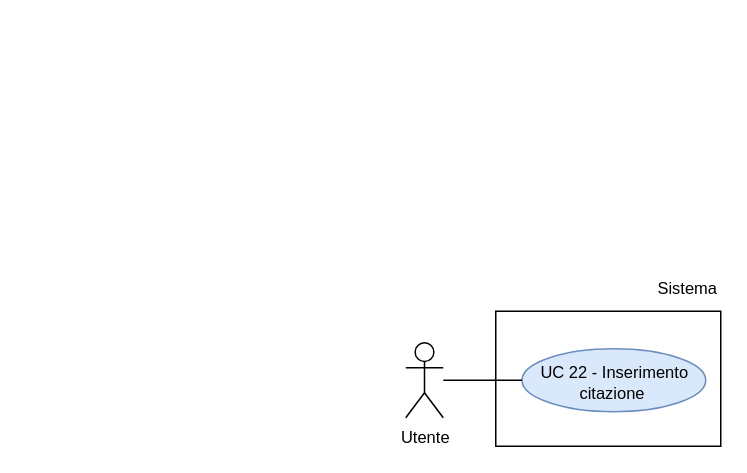
This is RTB/doc_esterna/analisi-dei-requisiti/assets/draw.io/UC22.drawio from thebitless-group-swe/thebitless.github.io, a draw.io file, before an edit. Source tidied: cells renumbered, new cells numbered last; positions are measured from the earlier drawing's top-left corner, leaving out a move shared by most shapes. Both pictures are drawn from the tidied source at 150%, with x=0, y=0 at pixel (405, 266).
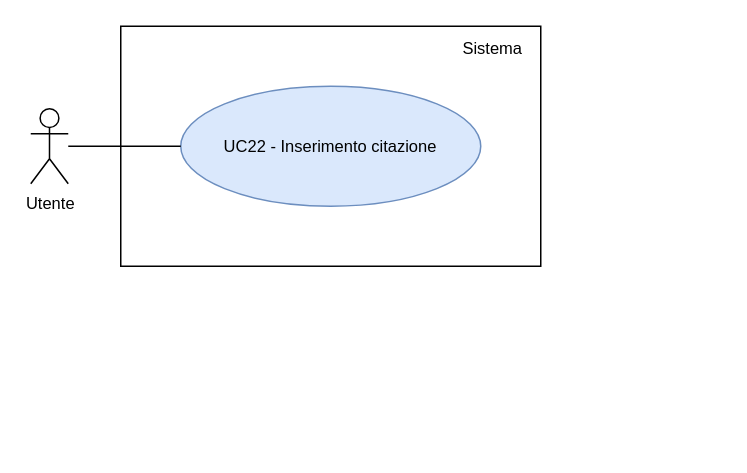
The same diagram, later.

Change to the diagram source:
```diff
@@
 <mxGraphModel>
   <root>
     <mxCell id="0" />
     <mxCell id="1" parent="0" />
     <mxCell id="2" value="Utente" style="shape=umlActor;verticalLabelPosition=bottom;verticalAlign=top;html=1;outlineConnect=0;fontSize=11;" parent="1" vertex="1">
-      <mxGeometry y="51" width="25" height="50" as="geometry" />
+      <mxGeometry x="-250" y="-105" width="25" height="50" as="geometry" />
     </mxCell>
-    <mxCell id="3" style="rounded=0;whiteSpace=wrap;html=1;strokeWidth=1;" parent="1" vertex="1">
-      <mxGeometry x="60" y="30" width="150" height="90" as="geometry" />
-    </mxCell>
+    <mxCell id="8" style="rounded=0;whiteSpace=wrap;html=1;strokeWidth=1;" parent="1" vertex="1">
+      <mxGeometry x="-190" y="-160" width="280" height="160" as="geometry" />
+    </mxCell>
     <mxCell id="4" value="Sistema" style="text;html=1;whiteSpace=wrap;strokeColor=none;fillColor=none;align=right;verticalAlign=middle;fontSize=11;" parent="1" vertex="1">
-      <mxGeometry x="150" width="60" height="30" as="geometry" />
+      <mxGeometry x="10" y="-155" width="70" height="20" as="geometry" />
     </mxCell>
-    <mxCell id="5" value="UC 22 - Inserimento citazione&amp;nbsp;" style="ellipse;whiteSpace=wrap;html=1;fillColor=#dae8fc;strokeColor=#6c8ebf;fontSize=11;convertToSvg=1;svgWhiteSpace=wrap;labelBorderColor=none;labelBackgroundColor=none;spacingBottom=-3;" parent="1" vertex="1">
-      <mxGeometry x="77.5" y="55" width="122.5" height="42" as="geometry" />
-    </mxCell>
-    <mxCell id="6" style="edgeStyle=none;rounded=0;jettySize=auto;html=1;endArrow=none;endFill=0;" parent="1" edge="1" source="2" target="5">
-      <mxGeometry relative="1" as="geometry" />
-    </mxCell>
-    <mxCell id="7" style="edgeStyle=orthogonalEdgeStyle;rounded=0;orthogonalLoop=1;jettySize=auto;html=1;exitX=0.5;exitY=1;exitDx=0;exitDy=0;" parent="1" edge="1" source="4" target="4">
-      <mxGeometry relative="1" as="geometry" />
-    </mxCell>
+    <mxCell id="9" value="UC22 - Inserimento citazione" style="ellipse;whiteSpace=wrap;html=1;fillColor=#dae8fc;strokeColor=#6c8ebf;fontSize=11;" parent="1" vertex="1">
+      <mxGeometry x="-150" y="-120" width="200" height="80" as="geometry" />
+    </mxCell>
+    <mxCell id="10" style="edgeStyle=none;rounded=0;jettySize=auto;html=1;endArrow=none;endFill=0;" parent="1" edge="1" source="2" target="9">
+      <mxGeometry relative="1" as="geometry" />
+    </mxCell>
   </root>
 </mxGraphModel>
```
